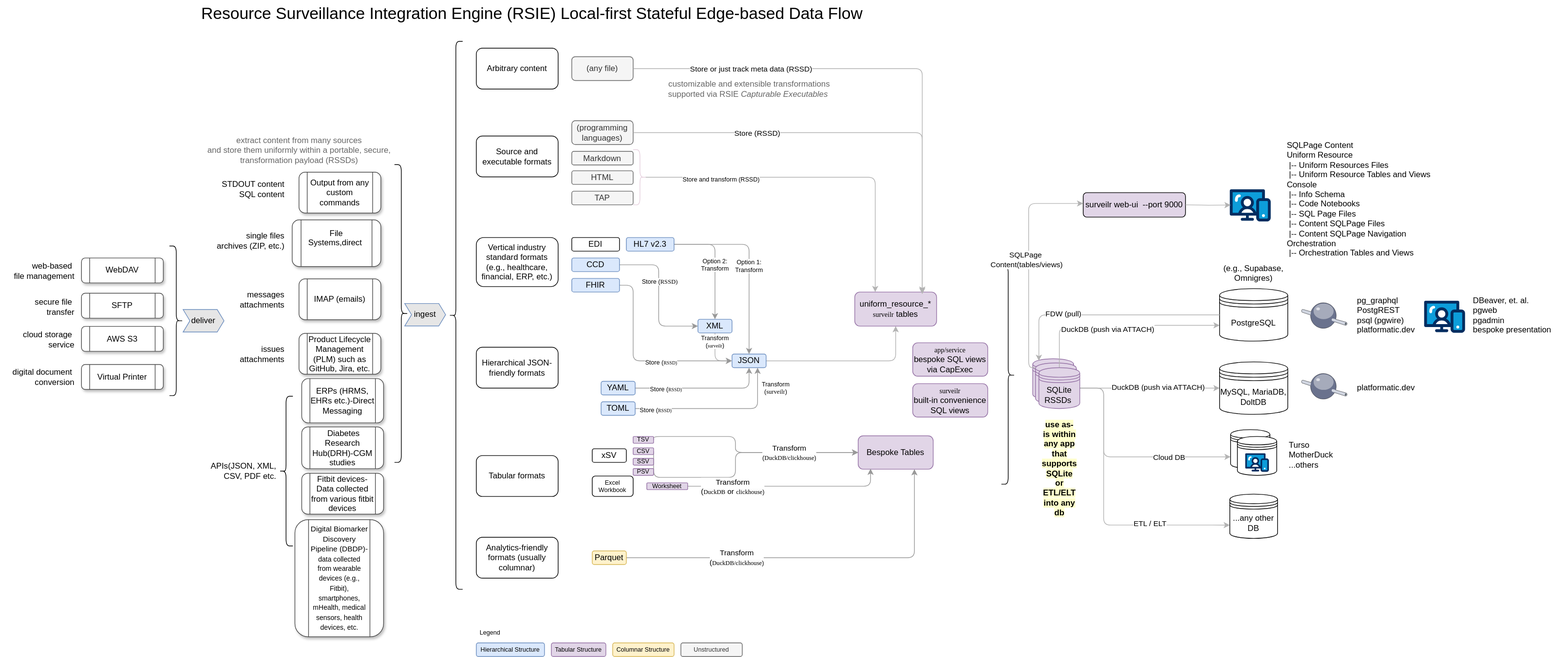
This is pattern/integration-engine/assets/resource-surveillance-integration-engine-data-flow.drawio.svg from opsfolio/resource-surveillance-commons, a draw.io export, as it was before one commit. Source tidied: cells renumbered, new cells last; positions are measured from the earlier drawing's top-left corner, leaving out a move shared by most shapes.
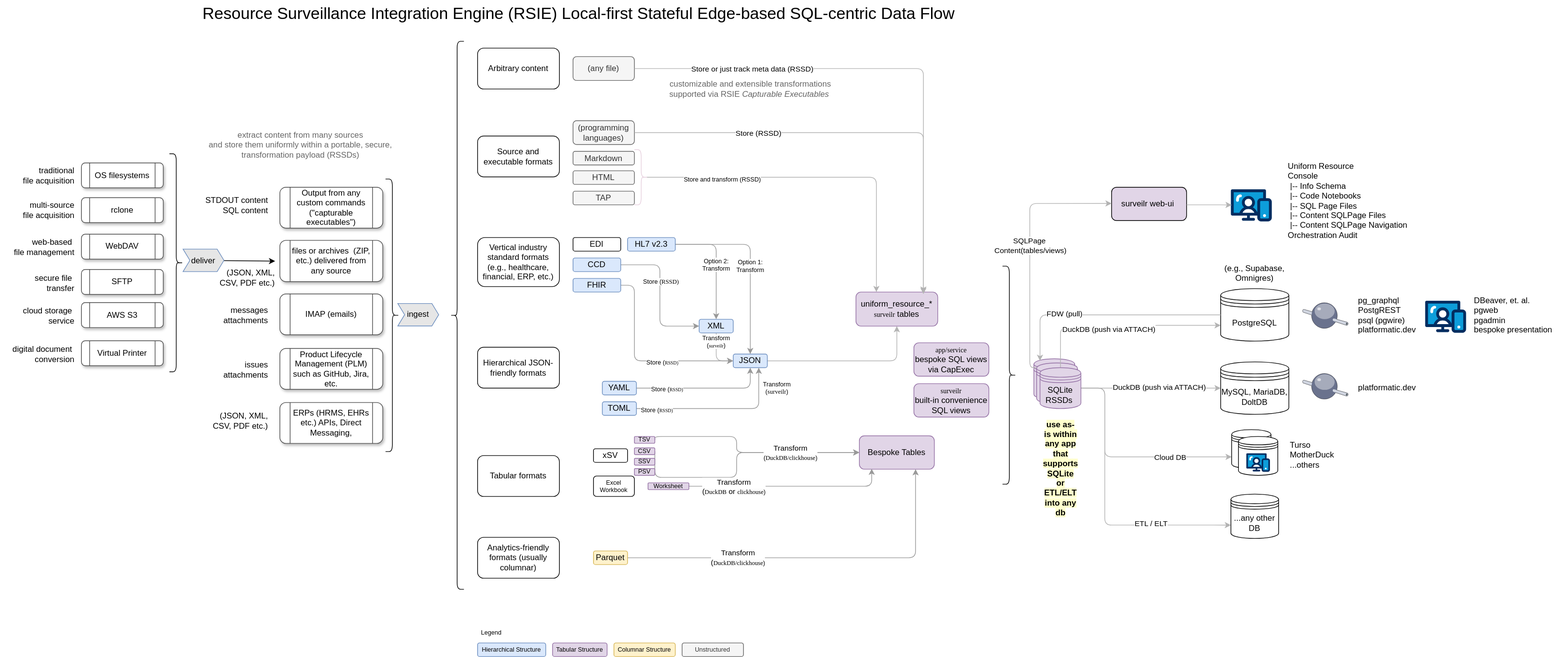
After the change.

Commit message:
docs: revert to the previously committed dataflow diagram

What changed in the source:
```diff
@@ -151,8 +151,8 @@
     <mxCell id="45" value="Columnar Structure" style="rounded=1;whiteSpace=wrap;html=1;fillColor=#fff2cc;strokeColor=#d6b656;fontSize=9;" parent="1" vertex="1">
       <mxGeometry x="898" y="943" width="90" height="20" as="geometry" />
     </mxCell>
-    <mxCell id="46" value="Resource Surveillance Integration Engine (RSIE) Local-first Stateful Edge-based Data Flow" style="text;html=1;align=left;verticalAlign=middle;strokeColor=none;fillColor=none;fontSize=24;" parent="1" vertex="1">
-      <mxGeometry x="293" width="990" height="40" as="geometry" />
+    <mxCell id="46" value="Resource Surveillance Integration Engine (RSIE) Local-first Stateful Edge-based SQL-centric Data Flow" style="text;html=1;align=left;verticalAlign=middle;strokeColor=none;fillColor=none;fontSize=24;" parent="1" vertex="1">
+      <mxGeometry x="293" width="1130" height="40" as="geometry" />
     </mxCell>
     <mxCell id="47" value="Legend" style="text;html=1;align=center;verticalAlign=middle;strokeColor=none;fillColor=none;fontSize=9;" parent="1" vertex="1">
       <mxGeometry x="693" y="918" width="50" height="20" as="geometry" />
@@ -299,44 +299,44 @@
     <mxCell id="88" value="&lt;span style=&quot;color: rgb(0, 0, 0); font-family: Helvetica; font-size: 12px; font-style: normal; font-variant-ligatures: normal; font-variant-caps: normal; font-weight: 400; letter-spacing: normal; orphans: 2; text-indent: 0px; text-transform: none; widows: 2; word-spacing: 0px; -webkit-text-stroke-width: 0px; white-space: normal; text-decoration-thickness: initial; text-decoration-style: initial; text-decoration-color: initial; float: none; display: inline !important;&quot;&gt;(e.g., Supabase, Omnigres)&lt;/span&gt;" style="text;whiteSpace=wrap;html=1;align=center;labelBackgroundColor=default;" parent="1" vertex="1">
       <mxGeometry x="1788" y="380" width="100" height="40" as="geometry" />
     </mxCell>
-    <mxCell id="89" value="File Systems,direct&amp;nbsp;&lt;div&gt;&lt;br&gt;&lt;/div&gt;" style="shape=process;whiteSpace=wrap;html=1;backgroundOutline=1;rounded=1;glass=0;shadow=1;strokeColor=#4D4D4D;" parent="1" vertex="1">
-      <mxGeometry x="428" y="322" width="130" height="68.6" as="geometry" />
+    <mxCell id="89" value="files or archives&amp;nbsp; (ZIP, etc.) delivered from any source" style="shape=process;whiteSpace=wrap;html=1;backgroundOutline=1;rounded=1;glass=0;shadow=1;strokeColor=#4D4D4D;" parent="1" vertex="1">
+      <mxGeometry x="408" y="352.1" width="151" height="60.6" as="geometry" />
     </mxCell>
     <mxCell id="90" value="IMAP (emails)" style="shape=process;whiteSpace=wrap;html=1;backgroundOutline=1;rounded=1;glass=0;shadow=1;strokeColor=#4D4D4D;" parent="1" vertex="1">
-      <mxGeometry x="438" y="408.6" width="120" height="60" as="geometry" />
+      <mxGeometry x="408" y="430.8" width="151" height="60" as="geometry" />
     </mxCell>
     <mxCell id="91" value="Product Lifecycle Management (PLM) such as GitHub, Jira, etc." style="shape=process;whiteSpace=wrap;html=1;backgroundOutline=1;rounded=1;glass=0;shadow=1;strokeColor=#4D4D4D;" parent="1" vertex="1">
-      <mxGeometry x="438" y="488.6" width="120" height="60" as="geometry" />
+      <mxGeometry x="408" y="510.8" width="151" height="60" as="geometry" />
     </mxCell>
-    <mxCell id="92" value="single files&lt;div&gt;archives (ZIP, etc.)&lt;/div&gt;" style="text;html=1;align=right;verticalAlign=middle;strokeColor=none;fillColor=none;" parent="1" vertex="1">
-      <mxGeometry x="298" y="332.6" width="120" height="40" as="geometry" />
-    </mxCell>
     <mxCell id="93" value="messages&lt;div&gt;attachments&lt;/div&gt;" style="text;html=1;align=right;verticalAlign=middle;strokeColor=none;fillColor=none;" parent="1" vertex="1">
-      <mxGeometry x="328" y="418.6" width="90" height="40" as="geometry" />
+      <mxGeometry x="302" y="441.9" width="90" height="40" as="geometry" />
     </mxCell>
     <mxCell id="94" value="issues&lt;div&gt;attachments&lt;/div&gt;" style="text;html=1;align=right;verticalAlign=middle;strokeColor=none;fillColor=none;" parent="1" vertex="1">
-      <mxGeometry x="328" y="498.6" width="90" height="40" as="geometry" />
+      <mxGeometry x="302" y="521.9" width="90" height="40" as="geometry" />
     </mxCell>
     <mxCell id="95" style="shape=curlyBracket;whiteSpace=wrap;html=1;rounded=1;flipH=1;labelPosition=right;verticalLabelPosition=middle;align=left;verticalAlign=middle;" parent="1" vertex="1">
-      <mxGeometry x="578" y="241" width="20" height="437" as="geometry" />
+      <mxGeometry x="563" y="262.1" width="20" height="400" as="geometry" />
     </mxCell>
-    <mxCell id="96" value="ERPs (HRMS, EHRs etc.)-Direct Messaging" style="shape=process;whiteSpace=wrap;html=1;backgroundOutline=1;rounded=1;glass=0;shadow=1;strokeColor=#4D4D4D;" parent="1" vertex="1">
-      <mxGeometry x="442" y="555" width="120" height="65" as="geometry" />
+    <mxCell id="96" value="ERPs (HRMS, EHRs etc.) APIs, Direct Messaging," style="shape=process;whiteSpace=wrap;html=1;backgroundOutline=1;rounded=1;glass=0;shadow=1;strokeColor=#4D4D4D;" parent="1" vertex="1">
+      <mxGeometry x="408" y="590.1" width="151" height="60" as="geometry" />
     </mxCell>
     <mxCell id="97" value="ingest" style="shape=step;perimeter=stepPerimeter;whiteSpace=wrap;html=1;fixedSize=1;size=10;strokeColor=#6c8ebf;fillColor=#E6E6E6;" parent="1" vertex="1">
-      <mxGeometry x="593" y="444.8" width="60" height="33" as="geometry" />
+      <mxGeometry x="581" y="444.8" width="60" height="33" as="geometry" />
     </mxCell>
+    <mxCell id="134" value="(&lt;span style=&quot;background-color: initial;&quot;&gt;JSON, XML,&lt;/span&gt;&lt;div&gt;&lt;span style=&quot;background-color: initial;&quot;&gt;CSV, PDF etc.)&lt;/span&gt;&lt;/div&gt;" style="text;html=1;align=right;verticalAlign=middle;strokeColor=none;fillColor=none;" parent="1" vertex="1">
+      <mxGeometry x="292" y="597" width="100" height="40" as="geometry" />
+    </mxCell>
-    <mxCell id="98" value="Output from any custom commands" style="shape=process;whiteSpace=wrap;html=1;backgroundOutline=1;rounded=1;glass=0;shadow=1;strokeColor=#4D4D4D;" parent="1" vertex="1">
-      <mxGeometry x="438" y="252" width="120" height="60" as="geometry" />
+    <mxCell id="98" value="Output from any custom commands (&quot;capturable executables&quot;)" style="shape=process;whiteSpace=wrap;html=1;backgroundOutline=1;rounded=1;glass=0;shadow=1;strokeColor=#4D4D4D;" parent="1" vertex="1">
+      <mxGeometry x="408" y="274.1" width="151" height="60" as="geometry" />
     </mxCell>
     <mxCell id="99" value="&lt;div&gt;STDOUT content&lt;/div&gt;&lt;div&gt;SQL content&lt;/div&gt;" style="text;html=1;align=right;verticalAlign=middle;strokeColor=none;fillColor=none;" parent="1" vertex="1">
-      <mxGeometry x="298" y="257.4" width="120" height="40" as="geometry" />
+      <mxGeometry x="272" y="280.6" width="120" height="40" as="geometry" />
     </mxCell>
     <mxCell id="100" style="shape=curlyBracket;whiteSpace=wrap;html=1;rounded=1;flipH=1;labelPosition=right;verticalLabelPosition=middle;align=left;verticalAlign=middle;rotation=-180;" parent="1" vertex="1">
       <mxGeometry x="658" y="60" width="20" height="804.2" as="geometry" />
     </mxCell>
     <mxCell id="101" value="&lt;div&gt;extract content from many sources&lt;/div&gt;&lt;div&gt;and store them uniformly within a portable, secure,&lt;br&gt;transformation payload (RSSDs)&lt;/div&gt;" style="text;html=1;align=center;verticalAlign=middle;strokeColor=none;fillColor=none;fontColor=#666666;" parent="1" vertex="1">
-      <mxGeometry x="293" y="190" width="290" height="60" as="geometry" />
+      <mxGeometry x="293" y="181.5" width="290" height="60" as="geometry" />
     </mxCell>
     <mxCell id="102" style="verticalLabelPosition=bottom;html=1;shape=mxgraph.salesforce.web;" parent="1" vertex="1">
       <mxGeometry x="2088" y="440.6" width="60" height="47.4" as="geometry" />
@@ -374,31 +374,36 @@
     <mxCell id="113" style="verticalLabelPosition=bottom;html=1;shape=mxgraph.salesforce.web;" parent="1" vertex="1">
       <mxGeometry x="1803" y="277.1" width="60" height="47.4" as="geometry" />
     </mxCell>
-    <mxCell id="114" value="surveilr web-ui&amp;nbsp; --port 9000" style="rounded=1;whiteSpace=wrap;html=1;fillColor=#E1D5E7;" parent="1" vertex="1">
-      <mxGeometry x="1588" y="282.1" width="150" height="35.9" as="geometry" />
+    <mxCell id="114" value="surveilr web-ui&amp;nbsp;" style="rounded=1;whiteSpace=wrap;html=1;fillColor=#E1D5E7;" parent="1" vertex="1">
+      <mxGeometry x="1628" y="274.1" width="110" height="49" as="geometry" />
     </mxCell>
     <mxCell id="115" value="WebDAV" style="shape=process;whiteSpace=wrap;html=1;backgroundOutline=1;rounded=1;glass=0;shadow=1;strokeColor=#4D4D4D;" parent="1" vertex="1">
-      <mxGeometry x="119" y="378" width="120" height="36.6" as="geometry" />
+      <mxGeometry x="117" y="343.1" width="120" height="36.6" as="geometry" />
     </mxCell>
     <mxCell id="116" value="SFTP" style="shape=process;whiteSpace=wrap;html=1;backgroundOutline=1;rounded=1;glass=0;shadow=1;strokeColor=#4D4D4D;" parent="1" vertex="1">
-      <mxGeometry x="119" y="429.8" width="120" height="36.6" as="geometry" />
+      <mxGeometry x="117" y="394.9" width="120" height="36.6" as="geometry" />
     </mxCell>
     <mxCell id="117" value="AWS S3" style="shape=process;whiteSpace=wrap;html=1;backgroundOutline=1;rounded=1;glass=0;shadow=1;strokeColor=#4D4D4D;" parent="1" vertex="1">
-      <mxGeometry x="119" y="478.4" width="120" height="36.6" as="geometry" />
+      <mxGeometry x="117" y="443.5" width="120" height="36.6" as="geometry" />
     </mxCell>
     <mxCell id="118" value="Virtual Printer" style="shape=process;whiteSpace=wrap;html=1;backgroundOutline=1;rounded=1;glass=0;shadow=1;strokeColor=#4D4D4D;" parent="1" vertex="1">
-      <mxGeometry x="119" y="534.4" width="120" height="36.6" as="geometry" />
+      <mxGeometry x="117" y="499.5" width="120" height="36.6" as="geometry" />
     </mxCell>
-    <mxCell id="119" style="shape=curlyBracket;whiteSpace=wrap;html=1;rounded=1;flipH=1;labelPosition=right;verticalLabelPosition=middle;align=left;verticalAlign=middle;" parent="1" vertex="1">
-      <mxGeometry x="248" y="360.4" width="20" height="219.6" as="geometry" />
+    <mxCell id="119" style="shape=curlyBracket;whiteSpace=wrap;html=1;rounded=1;flipH=1;labelPosition=right;verticalLabelPosition=middle;align=left;verticalAlign=middle;size=0.5;" parent="1" vertex="1">
+      <mxGeometry x="246" y="225.1" width="20" height="320" as="geometry" />
     </mxCell>
+    <mxCell id="135" style="edgeStyle=none;html=1;" parent="1" edge="1" source="120">
+      <mxGeometry relative="1" as="geometry">
+        <mxPoint x="401" y="382.6" as="targetPoint" />
+      </mxGeometry>
+    </mxCell>
     <mxCell id="120" value="deliver" style="shape=step;perimeter=stepPerimeter;whiteSpace=wrap;html=1;fixedSize=1;size=10;strokeColor=#6c8ebf;fillColor=#E6E6E6;" parent="1" vertex="1">
-      <mxGeometry x="268" y="453.7" width="60" height="33" as="geometry" />
+      <mxGeometry x="266" y="365" width="60" height="33" as="geometry" />
     </mxCell>
     <mxCell id="121" style="edgeStyle=orthogonalEdgeStyle;rounded=1;orthogonalLoop=1;jettySize=auto;html=1;curved=0;strokeColor=#B3B3B3;" parent="1" edge="1">
       <mxGeometry relative="1" as="geometry">
         <mxPoint x="1518" y="539" as="sourcePoint" />
-        <mxPoint x="1588" y="298" as="targetPoint" />
+        <mxPoint x="1628" y="298" as="targetPoint" />
         <Array as="points">
           <mxPoint x="1508" y="539" />
           <mxPoint x="1508" y="298" />
@@ -414,37 +419,41 @@
       <mxGeometry relative="1" as="geometry">
         <mxPoint x="1738" y="300" as="sourcePoint" />
         <mxPoint x="1804.2" y="300.3" as="targetPoint" />
+        <Array as="points">
+          <mxPoint x="1788" y="300" />
+          <mxPoint x="1788" y="300" />
+        </Array>
       </mxGeometry>
     </mxCell>
-    <mxCell id="124" value="SQLPage Content &#10;Uniform Resource&#10; |-- Uniform Resources Files&#10; |-- Uniform Resource Tables and Views&#10;Console&#10; |-- Info Schema&#10; |-- Code Notebooks&#10; |-- SQL Page Files&#10; |-- Content SQLPage Files&#10; |-- Content SQLPage Navigation&#10;Orchestration&#10; |-- Orchestration Tables and Views" style="text;whiteSpace=wrap;" parent="1" vertex="1">
-      <mxGeometry x="1885" y="198.7" width="240" height="200" as="geometry" />
+    <mxCell id="124" value="Uniform Resource&#10;Console&#10; |-- Info Schema&#10; |-- Code Notebooks&#10; |-- SQL Page Files&#10; |-- Content SQLPage Files&#10; |-- Content SQLPage Navigation&#10;Orchestration Audit" style="text;whiteSpace=wrap;" parent="1" vertex="1">
+      <mxGeometry x="1885" y="230.1" width="240" height="141.3" as="geometry" />
     </mxCell>
     <mxCell id="125" value="web-based&amp;nbsp;&lt;div&gt;file management&lt;br&gt;&lt;/div&gt;" style="text;html=1;align=right;verticalAlign=middle;strokeColor=none;fillColor=none;" parent="1" vertex="1">
-      <mxGeometry y="376.7" width="110" height="40" as="geometry" />
+      <mxGeometry x="-2" y="341.8" width="110" height="40" as="geometry" />
     </mxCell>
     <mxCell id="126" value="secure file&amp;nbsp;&lt;div&gt;&lt;span style=&quot;background-color: initial;&quot;&gt;transfer&lt;/span&gt;&lt;/div&gt;" style="text;html=1;align=right;verticalAlign=middle;strokeColor=none;fillColor=none;" parent="1" vertex="1">
-      <mxGeometry x="30" y="430" width="80" height="40" as="geometry" />
+      <mxGeometry x="28" y="395.1" width="80" height="40" as="geometry" />
     </mxCell>
     <mxCell id="127" value="cloud storage&amp;nbsp;&lt;div&gt;service&lt;/div&gt;" style="text;html=1;align=right;verticalAlign=middle;strokeColor=none;fillColor=none;" parent="1" vertex="1">
-      <mxGeometry x="10" y="478" width="100" height="40" as="geometry" />
+      <mxGeometry x="8" y="443.1" width="100" height="40" as="geometry" />
     </mxCell>
     <mxCell id="128" value="digital document&amp;nbsp;&lt;div&gt;conversion&lt;br&gt;&lt;/div&gt;" style="text;html=1;align=right;verticalAlign=middle;strokeColor=none;fillColor=none;" parent="1" vertex="1">
-      <mxGeometry y="533.4" width="110" height="40" as="geometry" />
+      <mxGeometry x="-2" y="498.5" width="110" height="40" as="geometry" />
     </mxCell>
-    <mxCell id="129" value="&lt;span style=&quot;background-color: initial;&quot;&gt;APIs(JSON, XML,&lt;/span&gt;&lt;div&gt;&lt;span style=&quot;background-color: initial;&quot;&gt;CSV, PDF etc.&lt;/span&gt;&lt;/div&gt;" style="text;html=1;align=right;verticalAlign=middle;strokeColor=none;fillColor=none;" parent="1" vertex="1">
-      <mxGeometry x="286" y="671.4" width="120" height="40" as="geometry" />
-    </mxCell>
-    <mxCell id="130" value="&amp;nbsp;Diabetes Research Hub(DRH)-CGM studies" style="shape=process;whiteSpace=wrap;html=1;backgroundOutline=1;rounded=1;glass=0;shadow=1;strokeColor=#4D4D4D;" parent="1" vertex="1">
-      <mxGeometry x="442" y="626" width="120" height="61.3" as="geometry" />
-    </mxCell>
-    <mxCell id="131" value="Fitbit devices-Data collected from various fitbit devices" style="shape=process;whiteSpace=wrap;html=1;backgroundOutline=1;rounded=1;glass=0;shadow=1;strokeColor=#4D4D4D;" parent="1" vertex="1">
-      <mxGeometry x="442" y="694" width="120" height="60" as="geometry" />
-    </mxCell>
-    <mxCell id="132" value="&lt;font style=&quot;font-size: 11px;&quot;&gt;Digital Biomarker Discovery Pipeline (DBDP)-&lt;/font&gt;&lt;font style=&quot;font-size: 10px;&quot;&gt;data collected from&amp;nbsp;&lt;/font&gt;&lt;font style=&quot;font-size: 10px;&quot;&gt;wearable devices (e.g., Fitbit), smartphones,&lt;br&gt;mHealth, medical sensors, health devices, etc.&lt;/font&gt;" style="shape=process;whiteSpace=wrap;html=1;backgroundOutline=1;rounded=1;glass=0;shadow=1;strokeColor=#4D4D4D;" parent="1" vertex="1">
-      <mxGeometry x="432" y="762" width="130" height="172" as="geometry" />
-    </mxCell>
-    <mxCell id="133" style="shape=curlyBracket;whiteSpace=wrap;html=1;rounded=1;flipH=1;labelPosition=right;verticalLabelPosition=middle;align=left;verticalAlign=middle;rotation=-180;" parent="1" vertex="1">
-      <mxGeometry x="409" y="581" width="20" height="219.6" as="geometry" />
-    </mxCell>
+    <mxCell id="136" value="rclone" style="shape=process;whiteSpace=wrap;html=1;backgroundOutline=1;rounded=1;glass=0;shadow=1;strokeColor=#4D4D4D;" parent="1" vertex="1">
+      <mxGeometry x="117" y="289.6" width="120" height="36.6" as="geometry" />
+    </mxCell>
+    <mxCell id="137" value="multi-source&lt;br&gt;file acquisition" style="text;html=1;align=right;verticalAlign=middle;strokeColor=none;fillColor=none;" parent="1" vertex="1">
+      <mxGeometry x="8" y="288.2" width="100" height="40" as="geometry" />
+    </mxCell>
+    <mxCell id="138" value="OS filesystems" style="shape=process;whiteSpace=wrap;html=1;backgroundOutline=1;rounded=1;glass=0;shadow=1;strokeColor=#4D4D4D;" parent="1" vertex="1">
+      <mxGeometry x="117" y="238.4" width="120" height="36.6" as="geometry" />
+    </mxCell>
+    <mxCell id="139" value="traditional&lt;br&gt;file acquisition" style="text;html=1;align=right;verticalAlign=middle;strokeColor=none;fillColor=none;" parent="1" vertex="1">
+      <mxGeometry x="8" y="237.1" width="100" height="40" as="geometry" />
+    </mxCell>
+    <mxCell id="140" value="(&lt;span style=&quot;background-color: initial;&quot;&gt;JSON, XML,&lt;/span&gt;&lt;div&gt;&lt;span style=&quot;background-color: initial;&quot;&gt;CSV, PDF etc.)&lt;/span&gt;&lt;/div&gt;" style="text;html=1;align=right;verticalAlign=middle;strokeColor=none;fillColor=none;" parent="1" vertex="1">
+      <mxGeometry x="302" y="386.5" width="100" height="40" as="geometry" />
+    </mxCell>
   </root>
 </mxGraphModel>
```
